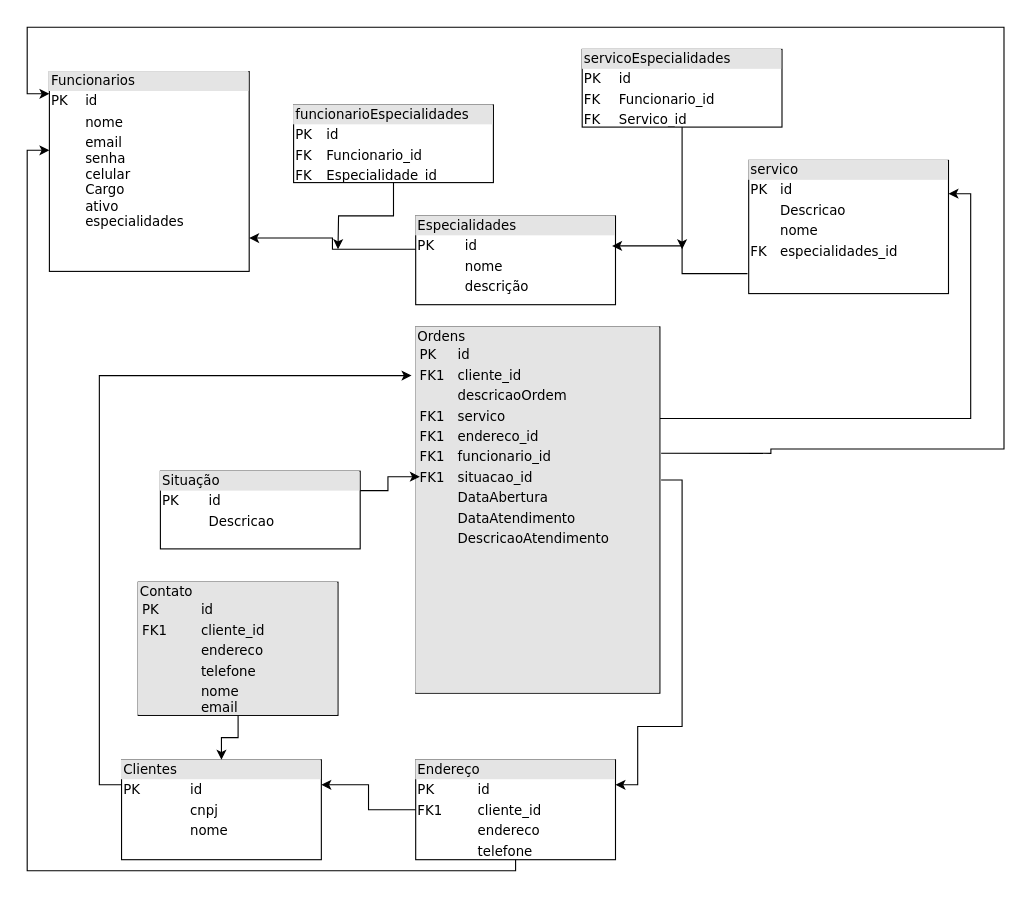
This is banco de dados.drawio from S-I-G-O-S/planejamento, a draw.io file, before an edit. Source tidied: cells renumbered, new cells numbered last; positions are measured from the earlier drawing's top-left corner, leaving out a move shared by most shapes. Both pictures are drawn from the tidied source at 111%, with x=0, y=0 at pixel (27, 27).
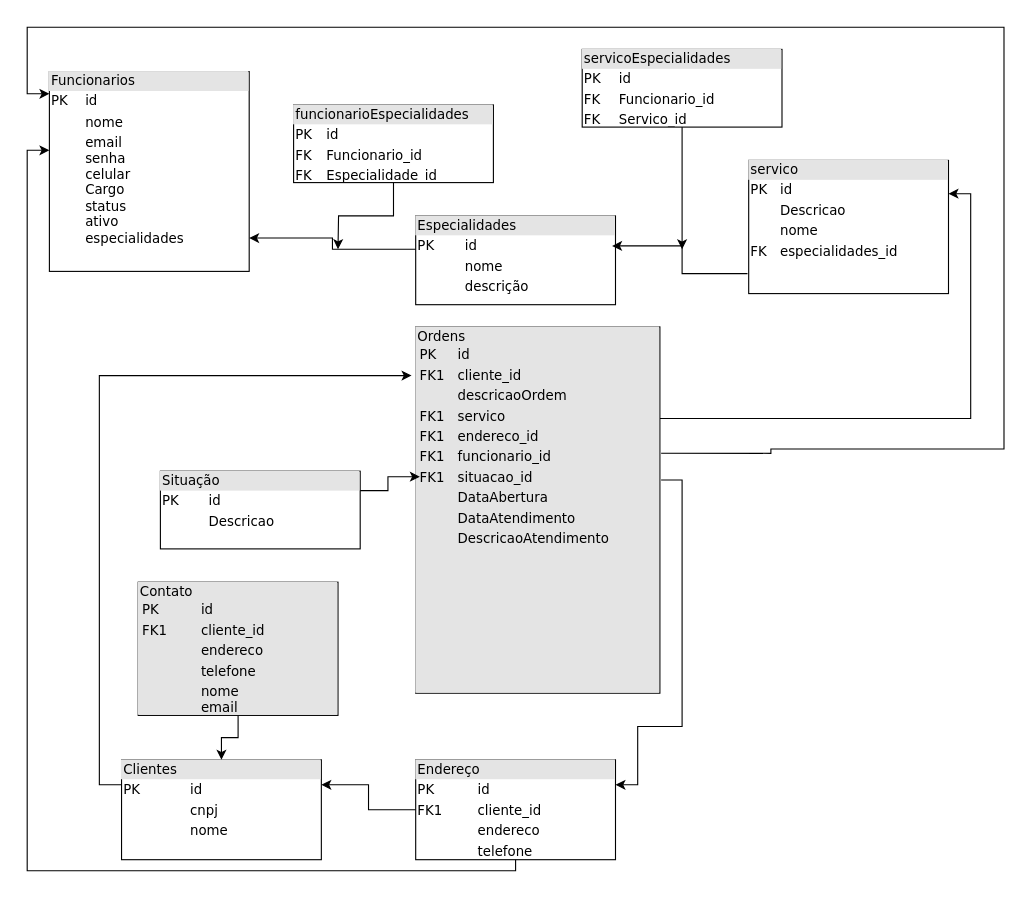
The same diagram, later.

Commit message:
funcionarios > campo "status"

The edit, as a diff of the source:
```diff
@@
-    <mxCell id="2" value="&lt;div style=&quot;box-sizing:border-box;width:100%;background:#e4e4e4;padding:2px;&quot;&gt;Funcionarios&lt;/div&gt;&lt;table style=&quot;width:100%;font-size:1em;&quot; cellpadding=&quot;2&quot; cellspacing=&quot;0&quot;&gt;&lt;tbody&gt;&lt;tr&gt;&lt;td&gt;PK&lt;/td&gt;&lt;td&gt;id&lt;br&gt;&lt;/td&gt;&lt;/tr&gt;&lt;tr&gt;&lt;td&gt;&lt;br&gt;&lt;/td&gt;&lt;td&gt;nome&lt;/td&gt;&lt;/tr&gt;&lt;tr&gt;&lt;td&gt;&lt;/td&gt;&lt;td&gt;email&lt;br&gt;senha&lt;br&gt;celular&lt;br&gt;Cargo&lt;br&gt;ativo&lt;br&gt;especialidades&lt;/td&gt;&lt;/tr&gt;&lt;/tbody&gt;&lt;/table&gt;" style="verticalAlign=top;align=left;overflow=fill;html=1;rounded=0;shadow=0;comic=0;labelBackgroundColor=none;strokeWidth=1;fontFamily=Verdana;fontSize=12;" parent="1" vertex="1">
+    <mxCell id="2" value="&lt;div style=&quot;box-sizing:border-box;width:100%;background:#e4e4e4;padding:2px;&quot;&gt;Funcionarios&lt;/div&gt;&lt;table style=&quot;width:100%;font-size:1em;&quot; cellpadding=&quot;2&quot; cellspacing=&quot;0&quot;&gt;&lt;tbody&gt;&lt;tr&gt;&lt;td&gt;PK&lt;/td&gt;&lt;td&gt;id&lt;br&gt;&lt;/td&gt;&lt;/tr&gt;&lt;tr&gt;&lt;td&gt;&lt;br&gt;&lt;/td&gt;&lt;td&gt;nome&lt;/td&gt;&lt;/tr&gt;&lt;tr&gt;&lt;td&gt;&lt;/td&gt;&lt;td&gt;email&lt;br&gt;senha&lt;br&gt;celular&lt;br&gt;Cargo&lt;br&gt;status&lt;br&gt;ativo&lt;br&gt;especialidades&lt;/td&gt;&lt;/tr&gt;&lt;/tbody&gt;&lt;/table&gt;" style="verticalAlign=top;align=left;overflow=fill;html=1;rounded=0;shadow=0;comic=0;labelBackgroundColor=none;strokeWidth=1;fontFamily=Verdana;fontSize=12;" parent="1" vertex="1">
       <mxGeometry x="20" y="40" width="180" height="180" as="geometry" />
     </mxCell>
```
